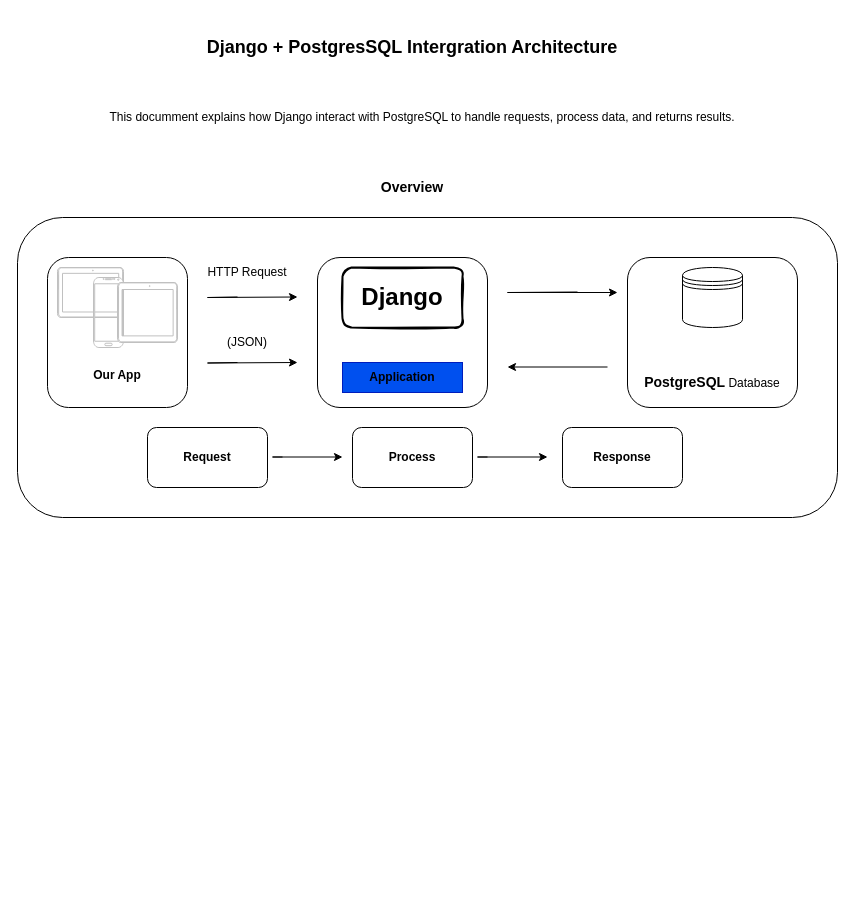
Above: Untitled Diagram.drawio in ksandile/dbInStoreForumBackend (draw.io), before the change. Source tidied: cells renumbered, new cells numbered last; positions are measured from the earlier drawing's top-left corner, leaving out a move shared by most shapes. Both pictures are drawn from the tidied source at 100%, with x=0, y=0 at pixel (17, 17).
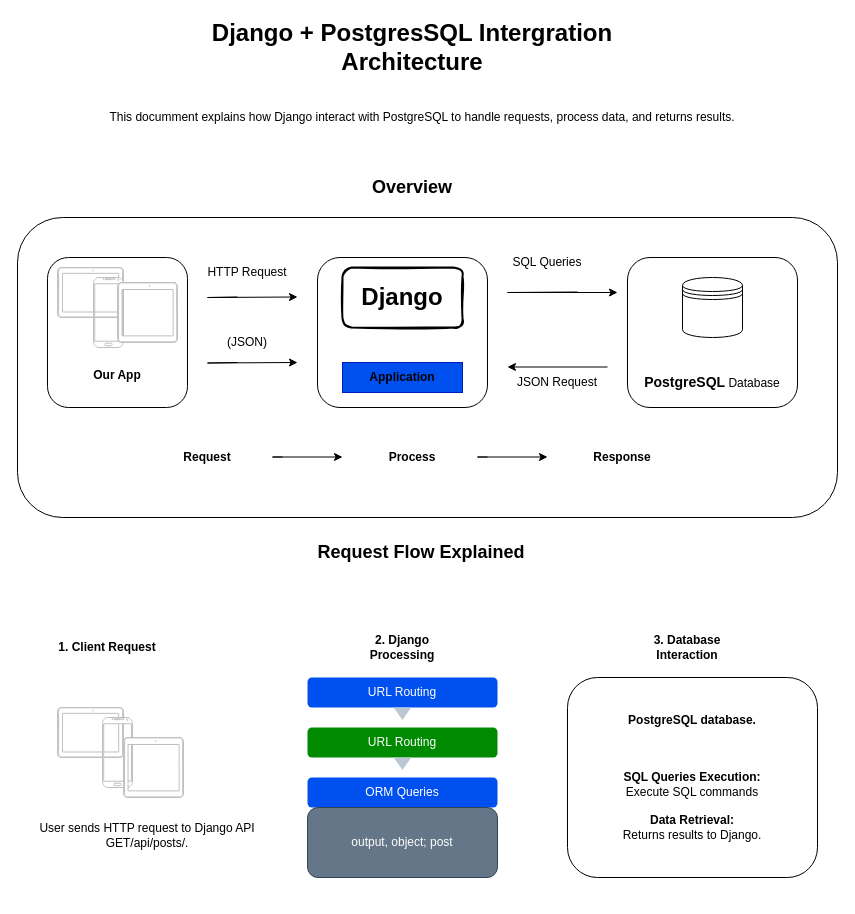
Above is the later version.

The edit, as a diff of the source:
```diff
@@
-    <mxCell id="2" value="&lt;b&gt;&lt;font style=&quot;font-size: 18px;&quot;&gt;Django + PostgresSQL Intergration Architecture&lt;/font&gt;&lt;/b&gt;" style="rounded=0;whiteSpace=wrap;html=1;strokeColor=none;fillColor=none;" parent="1" vertex="1">
+    <mxCell id="2" value="&lt;b&gt;&lt;font style=&quot;font-size: 24px;&quot;&gt;Django + PostgresSQL Intergration Architecture&lt;/font&gt;&lt;/b&gt;" style="rounded=0;whiteSpace=wrap;html=1;strokeColor=none;fillColor=none;" parent="1" vertex="1">
       <mxGeometry x="130" width="530" height="60" as="geometry" />
     </mxCell>
@@
-    <mxCell id="4" value="&lt;b&gt;&lt;font style=&quot;font-size: 14px;&quot;&gt;Overview&lt;/font&gt;&lt;/b&gt;" style="rounded=0;whiteSpace=wrap;html=1;strokeColor=none;fillColor=none;" parent="1" vertex="1">
+    <mxCell id="4" value="&lt;b&gt;&lt;font style=&quot;font-size: 18px;&quot;&gt;Overview&lt;/font&gt;&lt;/b&gt;" style="rounded=0;whiteSpace=wrap;html=1;strokeColor=none;fillColor=none;" parent="1" vertex="1">
       <mxGeometry x="335" y="140" width="120" height="60" as="geometry" />
     </mxCell>
@@
     <mxCell id="14" style="shape=datastore;whiteSpace=wrap;html=1;" parent="1" vertex="1">
-      <mxGeometry x="665" y="250" width="60" height="60" as="geometry" />
+      <mxGeometry x="665" y="260" width="60" height="60" as="geometry" />
     </mxCell>
-    <mxCell id="15" value="&lt;b&gt;Request&lt;/b&gt;" style="rounded=1;whiteSpace=wrap;html=1;" parent="1" vertex="1">
+    <mxCell id="15" value="&lt;b&gt;Request&lt;/b&gt;" style="rounded=1;whiteSpace=wrap;html=1;strokeColor=none;fillColor=none;" parent="1" vertex="1">
       <mxGeometry x="130" y="410" width="120" height="60" as="geometry" />
     </mxCell>
-    <mxCell id="16" value="&lt;b&gt;Process&lt;/b&gt;" style="rounded=1;whiteSpace=wrap;html=1;" parent="1" vertex="1">
+    <mxCell id="16" value="&lt;b&gt;Process&lt;/b&gt;" style="rounded=1;whiteSpace=wrap;html=1;fillColor=none;strokeColor=none;" parent="1" vertex="1">
       <mxGeometry x="335" y="410" width="120" height="60" as="geometry" />
     </mxCell>
-    <mxCell id="17" value="&lt;b&gt;Response&lt;/b&gt;" style="rounded=1;whiteSpace=wrap;html=1;" parent="1" vertex="1">
+    <mxCell id="17" value="&lt;b&gt;Response&lt;/b&gt;" style="rounded=1;whiteSpace=wrap;html=1;fillColor=none;strokeColor=none;" parent="1" vertex="1">
       <mxGeometry x="545" y="410" width="120" height="60" as="geometry" />
     </mxCell>
@@
+    <mxCell id="26" value="SQL Queries" style="rounded=1;whiteSpace=wrap;html=1;fillColor=none;strokeColor=none;" parent="1" vertex="1">
+      <mxGeometry x="470" y="225" width="120" height="40" as="geometry" />
+    </mxCell>
+    <mxCell id="27" value="JSON Request" style="rounded=1;whiteSpace=wrap;html=1;fillColor=none;strokeColor=none;" parent="1" vertex="1">
+      <mxGeometry x="480" y="350" width="120" height="30" as="geometry" />
+    </mxCell>
+    <mxCell id="28" value="&lt;b&gt;&lt;font style=&quot;font-size: 18px;&quot;&gt;Request Flow Explained&lt;/font&gt;&lt;/b&gt;" style="text;html=1;whiteSpace=wrap;strokeColor=none;fillColor=none;align=center;verticalAlign=middle;rounded=0;fontFamily=Helvetica;fontSize=12;fontColor=default;" parent="1" vertex="1">
+      <mxGeometry x="249" y="500" width="310" height="70" as="geometry" />
+    </mxCell>
+    <mxCell id="29" style="rounded=1;whiteSpace=wrap;html=1;strokeColor=none;" parent="1" vertex="1">
+      <mxGeometry y="580" width="820" height="300" as="geometry" />
+    </mxCell>
+    <mxCell id="30" value="&lt;b&gt;1. Client Request&lt;/b&gt;" style="rounded=0;whiteSpace=wrap;html=1;strokeColor=none;align=center;verticalAlign=middle;fontFamily=Helvetica;fontSize=12;fontColor=default;fillColor=default;" parent="1" vertex="1">
+      <mxGeometry x="30" y="600" width="120" height="60" as="geometry" />
+    </mxCell>
+    <mxCell id="31" value="&lt;b&gt;2. Django Processing&lt;/b&gt;" style="rounded=0;whiteSpace=wrap;html=1;strokeColor=none;align=center;verticalAlign=middle;fontFamily=Helvetica;fontSize=12;fontColor=default;fillColor=default;" parent="1" vertex="1">
+      <mxGeometry x="325" y="600" width="120" height="60" as="geometry" />
+    </mxCell>
+    <mxCell id="32" value="&lt;b&gt;3. Database Interaction&lt;/b&gt;" style="rounded=0;whiteSpace=wrap;html=1;strokeColor=none;align=center;verticalAlign=middle;fontFamily=Helvetica;fontSize=12;fontColor=default;fillColor=default;" parent="1" vertex="1">
+      <mxGeometry x="610" y="600" width="120" height="60" as="geometry" />
+    </mxCell>
+    <mxCell id="33" value="&lt;div&gt;&lt;br&gt;&lt;/div&gt;&lt;div&gt;&lt;br&gt;&lt;/div&gt;&lt;div&gt;&lt;br&gt;&lt;/div&gt;&lt;div&gt;&lt;br&gt;&lt;/div&gt;&lt;div&gt;&lt;br&gt;&lt;/div&gt;&lt;div&gt;&lt;br&gt;&lt;/div&gt;&lt;div&gt;User sends HTTP request to Django API GET/api/posts/.&lt;/div&gt;" style="rounded=1;whiteSpace=wrap;html=1;strokeColor=none;" parent="1" vertex="1">
+      <mxGeometry x="20" y="680" width="220" height="190" as="geometry" />
+    </mxCell>
+    <mxCell id="34" style="verticalLabelPosition=bottom;verticalAlign=top;html=1;shadow=0;dashed=0;strokeWidth=1;shape=mxgraph.android.tab2;strokeColor=#c0c0c0;direction=north;" parent="1" vertex="1">
+      <mxGeometry x="40" y="690" width="66" height="50" as="geometry" />
+    </mxCell>
+    <mxCell id="35" style="verticalLabelPosition=bottom;verticalAlign=top;html=1;shadow=0;dashed=0;strokeWidth=1;shape=mxgraph.android.phone2;strokeColor=#c0c0c0;" parent="1" vertex="1">
+      <mxGeometry x="85" y="700" width="30" height="70" as="geometry" />
+    </mxCell>
+    <mxCell id="36" style="verticalLabelPosition=bottom;verticalAlign=top;html=1;shadow=0;dashed=0;strokeWidth=1;shape=mxgraph.android.tab2;strokeColor=#c0c0c0;direction=north;" parent="1" vertex="1">
+      <mxGeometry x="106" y="720" width="60" height="60" as="geometry" />
+    </mxCell>
+    <mxCell id="37" style="rounded=1;whiteSpace=wrap;html=1;strokeColor=none;" parent="1" vertex="1">
+      <mxGeometry x="285" y="660" width="220" height="210" as="geometry" />
+    </mxCell>
+    <mxCell id="38" value="URL Routing" style="rounded=1;whiteSpace=wrap;html=1;strokeColor=none;align=center;verticalAlign=middle;fontFamily=Helvetica;fontSize=12;fontColor=#ffffff;fillColor=#0050ef;" parent="1" vertex="1">
+      <mxGeometry x="290" y="660" width="190" height="30" as="geometry" />
+    </mxCell>
+    <mxCell id="39" style="triangle;whiteSpace=wrap;html=1;rounded=0;strokeColor=none;align=center;verticalAlign=middle;fontFamily=Helvetica;fontSize=12;fillColor=#bac8d3;direction=south;" parent="1" vertex="1">
+      <mxGeometry x="376.2" y="690" width="17.5" height="12.5" as="geometry" />
+    </mxCell>
+    <mxCell id="40" value="URL Routing" style="rounded=1;whiteSpace=wrap;html=1;strokeColor=none;align=center;verticalAlign=middle;fontFamily=Helvetica;fontSize=12;fontColor=#ffffff;fillColor=#008a00;" parent="1" vertex="1">
+      <mxGeometry x="290" y="710" width="190" height="30" as="geometry" />
+    </mxCell>
+    <mxCell id="41" value="ORM Queries" style="rounded=1;whiteSpace=wrap;html=1;strokeColor=none;align=center;verticalAlign=middle;fontFamily=Helvetica;fontSize=12;fontColor=#ffffff;fillColor=#0050ef;" parent="1" vertex="1">
+      <mxGeometry x="290" y="760" width="190" height="30" as="geometry" />
+    </mxCell>
+    <mxCell id="42" value="output, object; post" style="rounded=1;whiteSpace=wrap;html=1;strokeColor=#314354;align=center;verticalAlign=middle;fontFamily=Helvetica;fontSize=12;fontColor=#ffffff;fillColor=light-dark(#647687,#A6A6A6);" parent="1" vertex="1">
+      <mxGeometry x="290" y="790" width="190" height="70" as="geometry" />
+    </mxCell>
+    <mxCell id="43" value="&lt;b&gt;PostgreSQL database.&lt;/b&gt;&lt;div&gt;&lt;b&gt;&lt;br&gt;&lt;/b&gt;&lt;/div&gt;&lt;div&gt;&lt;b&gt;&lt;br&gt;&lt;/b&gt;&lt;/div&gt;&lt;div&gt;&lt;br&gt;&lt;/div&gt;&lt;div&gt;&lt;b&gt;SQL Queries Execution:&lt;/b&gt;&lt;/div&gt;&lt;div&gt;Execute SQL commands&lt;/div&gt;&lt;div&gt;&lt;br&gt;&lt;/div&gt;&lt;div&gt;&lt;b&gt;Data Retrieval:&lt;/b&gt;&lt;/div&gt;&lt;div&gt;Returns results to Django.&lt;/div&gt;" style="rounded=1;whiteSpace=wrap;html=1;strokeColor=default;align=center;verticalAlign=middle;fontFamily=Helvetica;fontSize=12;fontColor=default;fillColor=default;" parent="1" vertex="1">
+      <mxGeometry x="550" y="660" width="250" height="200" as="geometry" />
+    </mxCell>
+    <mxCell id="44" style="triangle;whiteSpace=wrap;html=1;rounded=0;strokeColor=none;align=center;verticalAlign=middle;fontFamily=Helvetica;fontSize=12;fillColor=#bac8d3;direction=south;" parent="1" vertex="1">
+      <mxGeometry x="376.2" y="740" width="17.5" height="12.5" as="geometry" />
+    </mxCell>
```
